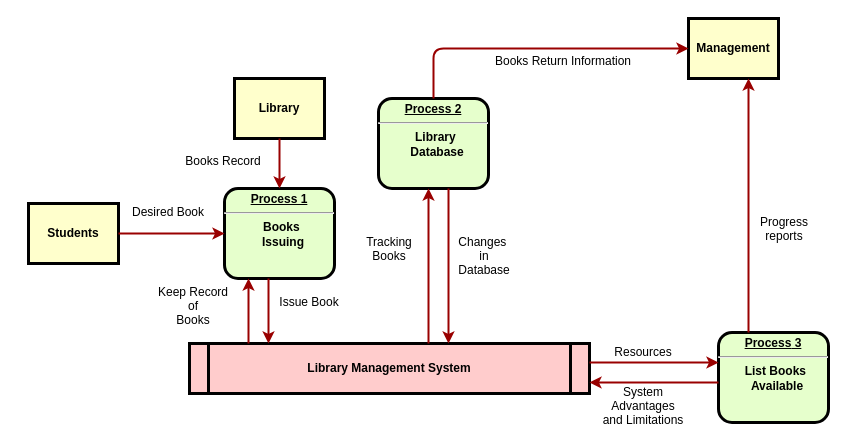
This is Library Management DFD.drawio from Master-Bhavesh/DFD-Diagram, a draw.io file, before an edit. Source tidied: cells renumbered, new cells numbered last; positions are measured from the earlier drawing's top-left corner, leaving out a move shared by most shapes. Both pictures are drawn from the tidied source at 100%, with x=0, y=0 at pixel (28, 18).
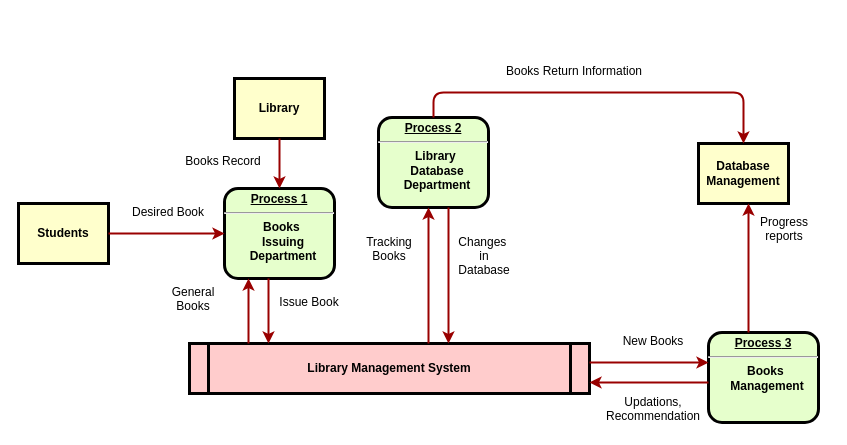
Above is the later version.

Change to the diagram source:
```diff
@@
-    <mxCell id="2" value="&lt;p style=&quot;margin: 0px ; margin-top: 4px ; text-align: center ; text-decoration: underline&quot;&gt;&lt;strong&gt;Process 1&lt;br&gt;&lt;/strong&gt;&lt;/p&gt;&lt;hr&gt;&lt;p style=&quot;margin: 0px ; margin-left: 8px&quot;&gt;Books&amp;nbsp;&lt;/p&gt;&lt;p style=&quot;margin: 0px ; margin-left: 8px&quot;&gt;Issuing&lt;/p&gt;" style="verticalAlign=middle;align=center;overflow=fill;fontSize=12;fontFamily=Helvetica;html=1;rounded=1;fontStyle=1;strokeWidth=3;fillColor=#E6FFCC;" parent="1" vertex="1">
+    <mxCell id="2" value="&lt;p style=&quot;margin: 0px ; margin-top: 4px ; text-align: center ; text-decoration: underline&quot;&gt;&lt;strong&gt;Process 1&lt;br&gt;&lt;/strong&gt;&lt;/p&gt;&lt;hr&gt;&lt;p style=&quot;margin: 0px ; margin-left: 8px&quot;&gt;Books&amp;nbsp;&lt;/p&gt;&lt;p style=&quot;margin: 0px ; margin-left: 8px&quot;&gt;Issuing&lt;/p&gt;&lt;p style=&quot;margin: 0px ; margin-left: 8px&quot;&gt;Department&lt;/p&gt;" style="verticalAlign=middle;align=center;overflow=fill;fontSize=12;fontFamily=Helvetica;html=1;rounded=1;fontStyle=1;strokeWidth=3;fillColor=#E6FFCC;" parent="1" vertex="1">
       <mxGeometry x="196" y="170" width="110" height="90" as="geometry" />
     </mxCell>
@@
     <mxCell id="4" value="Students" style="whiteSpace=wrap;align=center;verticalAlign=middle;fontStyle=1;strokeWidth=3;fillColor=#FFFFCC;" parent="1" vertex="1">
-      <mxGeometry y="185" width="90" height="60" as="geometry" />
+      <mxGeometry x="-10" y="185" width="90" height="60" as="geometry" />
     </mxCell>
@@
-    <mxCell id="6" value="&lt;p style=&quot;margin: 0px ; margin-top: 4px ; text-align: center ; text-decoration: underline&quot;&gt;&lt;strong&gt;Process 2&lt;br&gt;&lt;/strong&gt;&lt;/p&gt;&lt;hr&gt;&lt;p style=&quot;margin: 0px ; margin-left: 8px&quot;&gt;Library&amp;nbsp;&lt;/p&gt;&lt;p style=&quot;margin: 0px ; margin-left: 8px&quot;&gt;Database&lt;/p&gt;" style="verticalAlign=middle;align=center;overflow=fill;fontSize=12;fontFamily=Helvetica;html=1;rounded=1;fontStyle=1;strokeWidth=3;fillColor=#E6FFCC;" parent="1" vertex="1">
-      <mxGeometry x="350" y="80" width="110" height="90" as="geometry" />
+    <mxCell id="6" value="&lt;p style=&quot;margin: 0px ; margin-top: 4px ; text-align: center ; text-decoration: underline&quot;&gt;&lt;strong&gt;Process 2&lt;br&gt;&lt;/strong&gt;&lt;/p&gt;&lt;hr&gt;&lt;p style=&quot;margin: 0px ; margin-left: 8px&quot;&gt;Library&amp;nbsp;&lt;/p&gt;&lt;p style=&quot;margin: 0px ; margin-left: 8px&quot;&gt;Database&lt;/p&gt;&lt;p style=&quot;margin: 0px ; margin-left: 8px&quot;&gt;Department&lt;/p&gt;" style="verticalAlign=middle;align=center;overflow=fill;fontSize=12;fontFamily=Helvetica;html=1;rounded=1;fontStyle=1;strokeWidth=3;fillColor=#E6FFCC;" parent="1" vertex="1">
+      <mxGeometry x="350" y="99" width="110" height="90" as="geometry" />
     </mxCell>
-    <mxCell id="7" value="&lt;p style=&quot;margin: 0px ; margin-top: 4px ; text-align: center ; text-decoration: underline&quot;&gt;&lt;strong&gt;&lt;strong&gt;Process&lt;/strong&gt; 3&lt;br&gt;&lt;/strong&gt;&lt;/p&gt;&lt;hr&gt;&lt;p style=&quot;margin: 0px ; margin-left: 8px&quot;&gt;List Books&amp;nbsp;&lt;/p&gt;&lt;p style=&quot;margin: 0px ; margin-left: 8px&quot;&gt;Available&lt;/p&gt;" style="verticalAlign=middle;align=center;overflow=fill;fontSize=12;fontFamily=Helvetica;html=1;rounded=1;fontStyle=1;strokeWidth=3;fillColor=#E6FFCC;" parent="1" vertex="1">
-      <mxGeometry x="690" y="314" width="110" height="90" as="geometry" />
+    <mxCell id="7" value="&lt;p style=&quot;margin: 0px ; margin-top: 4px ; text-align: center ; text-decoration: underline&quot;&gt;&lt;strong&gt;&lt;strong&gt;Process&lt;/strong&gt; 3&lt;br&gt;&lt;/strong&gt;&lt;/p&gt;&lt;hr&gt;&lt;p style=&quot;margin: 0px ; margin-left: 8px&quot;&gt;Books&amp;nbsp;&lt;/p&gt;&lt;p style=&quot;margin: 0px ; margin-left: 8px&quot;&gt;Management&lt;/p&gt;" style="verticalAlign=middle;align=center;overflow=fill;fontSize=12;fontFamily=Helvetica;html=1;rounded=1;fontStyle=1;strokeWidth=3;fillColor=#E6FFCC;" parent="1" vertex="1">
+      <mxGeometry x="680" y="314" width="110" height="90" as="geometry" />
     </mxCell>
-    <mxCell id="8" value="Management" style="whiteSpace=wrap;align=center;verticalAlign=middle;fontStyle=1;strokeWidth=3;fillColor=#FFFFCC;" parent="1" vertex="1">
-      <mxGeometry x="660" width="90" height="60" as="geometry" />
+    <mxCell id="8" value="Database&#10;Management" style="whiteSpace=wrap;align=center;verticalAlign=middle;fontStyle=1;strokeWidth=3;fillColor=#FFFFCC;" parent="1" vertex="1">
+      <mxGeometry x="670" y="125" width="90" height="60" as="geometry" />
     </mxCell>
@@
-    <mxCell id="13" value="Keep Record&#10;of&#10;Books" style="text;spacingTop=-5;align=center;" parent="1" vertex="1">
+    <mxCell id="13" value="General &#10;Books" style="text;spacingTop=-5;align=center;" parent="1" vertex="1">
       <mxGeometry x="150" y="265" width="30" height="20" as="geometry" />
     </mxCell>
@@
     <mxCell id="21" value="Books Return Information" style="text;spacingTop=-5;align=center;" parent="1" vertex="1">
-      <mxGeometry x="520" y="34" width="30" height="20" as="geometry" />
+      <mxGeometry x="531" y="44" width="30" height="20" as="geometry" />
     </mxCell>
@@
-    <mxCell id="27" value="Resources" style="text;spacingTop=-5;align=center;" parent="1" vertex="1">
-      <mxGeometry x="600" y="325" width="30" height="20" as="geometry" />
+    <mxCell id="27" value="New Books" style="text;spacingTop=-5;align=center;" parent="1" vertex="1">
+      <mxGeometry x="610" y="314" width="30" height="20" as="geometry" />
     </mxCell>
-    <mxCell id="28" value="System &#10;Advantages &#10;and Limitations" style="text;spacingTop=-5;align=center;" parent="1" vertex="1">
-      <mxGeometry x="600" y="365" width="30" height="20" as="geometry" />
+    <mxCell id="28" value="Updations,&#10;Recommendation" style="text;spacingTop=-5;align=center;" parent="1" vertex="1">
+      <mxGeometry x="610" y="375" width="30" height="20" as="geometry" />
     </mxCell>
```
